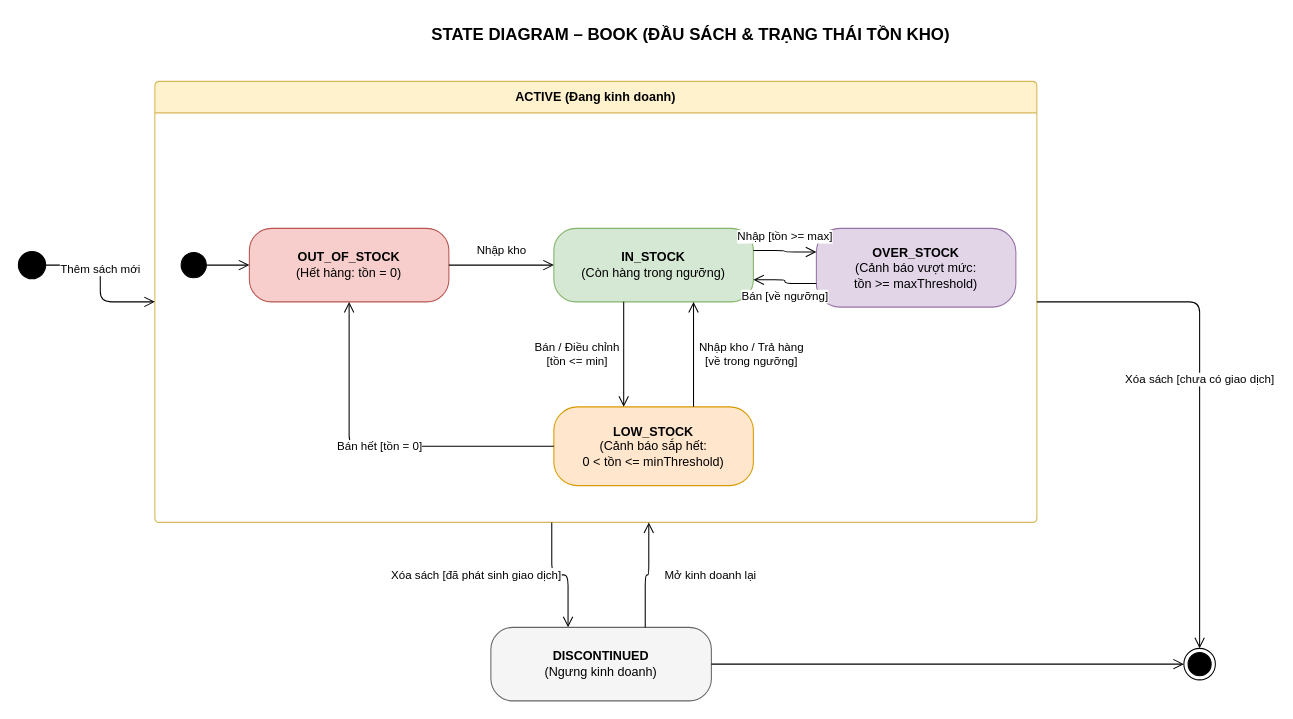
Before: docs/diagrams/State diagram/state-book.drawio in chihai9-dev/quan-ly-nha-sach-ooad, a draw.io diagram. Source tidied: cells renumbered, new cells numbered last; positions are measured from the earlier drawing's top-left corner, leaving out a move shared by most shapes. Both pictures are drawn from the tidied source at 105%, with x=0, y=0 at pixel (18, 18).
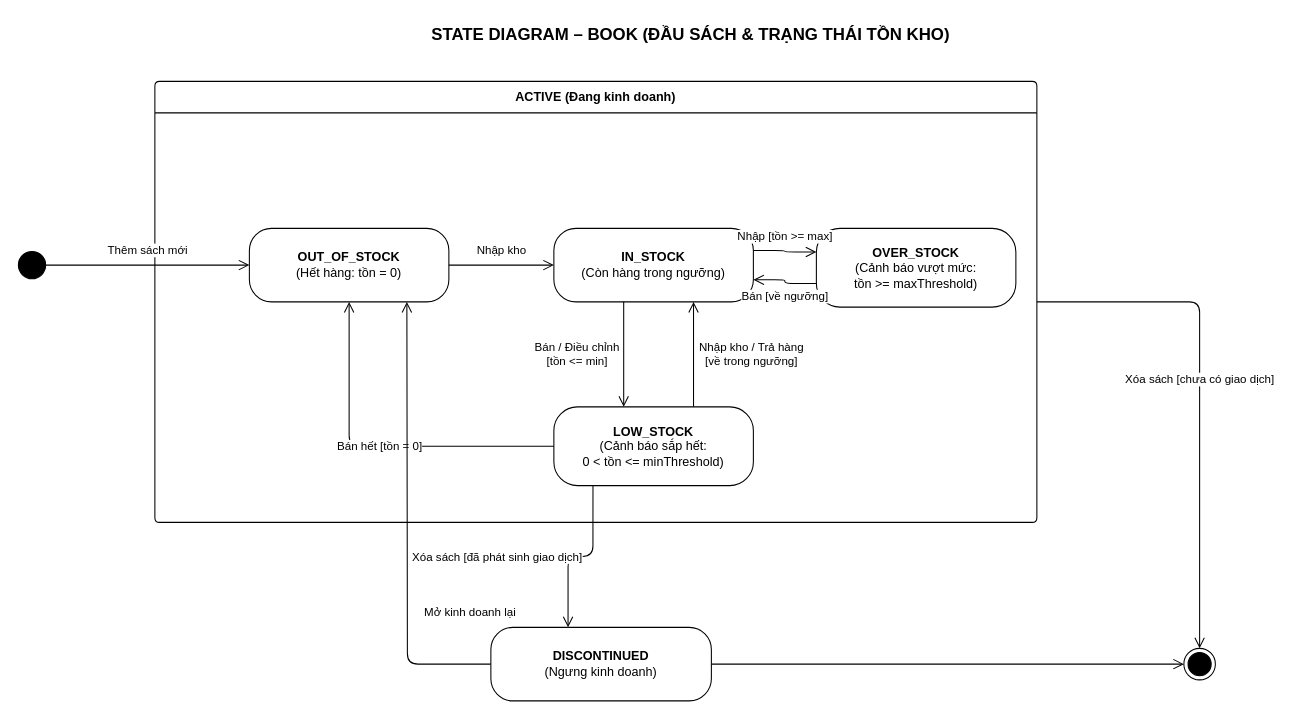
The same diagram, later.

The change refers to these unchanged cells:
```xml
<mxCell id="3" style="ellipse;html=1;fillColor=#000000;strokeColor=#000000;" parent="1" vertex="1">
  <mxGeometry y="222" width="26" height="26" as="geometry" />
</mxCell>
```

The edit, as a diff of the source:
```diff
@@
-    <mxCell id="4" value="ACTIVE (Đang kinh doanh)" style="swimlane;rounded=1;whiteSpace=wrap;html=1;startSize=30;arcSize=5;fillColor=#fff2cc;strokeColor=#d6b656;fontStyle=1;" parent="1" vertex="1">
+    <mxCell id="4" value="ACTIVE (Đang kinh doanh)" style="swimlane;rounded=1;whiteSpace=wrap;html=1;startSize=30;arcSize=5;fillColor=#ffffff;strokeColor=#000000;fontStyle=1;" parent="1" vertex="1">
       <mxGeometry x="130" y="60" width="840" height="420" as="geometry" />
     </mxCell>
-    <mxCell id="5" style="ellipse;html=1;fillColor=#000000;strokeColor=#000000;" parent="4" vertex="1">
-      <mxGeometry x="25" y="163" width="24" height="24" as="geometry" />
-    </mxCell>
-    <mxCell id="6" value="&lt;b&gt;OUT_OF_STOCK&lt;/b&gt;&lt;br&gt;(Hết hàng: tồn = 0)" style="rounded=1;whiteSpace=wrap;html=1;arcSize=30;fillColor=#f8cecc;strokeColor=#b85450;" parent="4" vertex="1">
+    <mxCell id="6" value="&lt;b&gt;OUT_OF_STOCK&lt;/b&gt;&lt;br&gt;(Hết hàng: tồn = 0)" style="rounded=1;whiteSpace=wrap;html=1;arcSize=30;fillColor=#ffffff;strokeColor=#000000;" parent="4" vertex="1">
       <mxGeometry x="90" y="140" width="190" height="70" as="geometry" />
     </mxCell>
-    <mxCell id="7" value="&lt;b&gt;IN_STOCK&lt;/b&gt;&lt;br&gt;(Còn hàng trong ngưỡng)" style="rounded=1;whiteSpace=wrap;html=1;arcSize=30;fillColor=#d5e8d4;strokeColor=#82b366;" parent="4" vertex="1">
+    <mxCell id="7" value="&lt;b&gt;IN_STOCK&lt;/b&gt;&lt;br&gt;(Còn hàng trong ngưỡng)" style="rounded=1;whiteSpace=wrap;html=1;arcSize=30;fillColor=#ffffff;strokeColor=#000000;" parent="4" vertex="1">
       <mxGeometry x="380" y="140" width="190" height="70" as="geometry" />
     </mxCell>
-    <mxCell id="8" value="&lt;b&gt;LOW_STOCK&lt;/b&gt;&lt;br&gt;(Cảnh báo sắp hết:&lt;br&gt;0 &amp;lt; tồn &amp;lt;= minThreshold)" style="rounded=1;whiteSpace=wrap;html=1;arcSize=30;fillColor=#ffe6cc;strokeColor=#d79b00;" parent="4" vertex="1">
+    <mxCell id="8" value="&lt;b&gt;LOW_STOCK&lt;/b&gt;&lt;br&gt;(Cảnh báo sắp hết:&lt;br&gt;0 &amp;lt; tồn &amp;lt;= minThreshold)" style="rounded=1;whiteSpace=wrap;html=1;arcSize=30;fillColor=#ffffff;strokeColor=#000000;" parent="4" vertex="1">
       <mxGeometry x="380" y="310" width="190" height="75" as="geometry" />
     </mxCell>
-    <mxCell id="9" value="&lt;b&gt;OVER_STOCK&lt;/b&gt;&lt;br&gt;(Cảnh báo vượt mức:&lt;br&gt;tồn &amp;gt;= maxThreshold)" style="rounded=1;whiteSpace=wrap;html=1;arcSize=30;fillColor=#e1d5e7;strokeColor=#9673a6;" parent="4" vertex="1">
+    <mxCell id="9" value="&lt;b&gt;OVER_STOCK&lt;/b&gt;&lt;br&gt;(Cảnh báo vượt mức:&lt;br&gt;tồn &amp;gt;= maxThreshold)" style="rounded=1;whiteSpace=wrap;html=1;arcSize=30;fillColor=#ffffff;strokeColor=#000000;" parent="4" vertex="1">
       <mxGeometry x="630" y="140" width="190" height="75" as="geometry" />
     </mxCell>
-    <mxCell id="10" style="edgeStyle=orthogonalEdgeStyle;rounded=1;html=1;endArrow=open;endSize=8;" parent="4" edge="1" source="5" target="6">
-      <mxGeometry relative="1" as="geometry" />
-    </mxCell>
@@
+    <mxCell id="21" value="Mở kinh doanh lại" style="edgeStyle=orthogonalEdgeStyle;rounded=1;html=1;endArrow=open;endSize=8;exitX=0;exitY=0.5;exitDx=0;exitDy=0;fontSize=11;labelBackgroundColor=#ffffff;" parent="4" edge="1" source="17">
+      <mxGeometry x="-0.39" relative="1" as="geometry">
+        <mxPoint x="240" y="210" as="targetPoint" />
+        <mxPoint x="60" as="offset" />
+      </mxGeometry>
+    </mxCell>
-    <mxCell id="17" value="&lt;b&gt;DISCONTINUED&lt;/b&gt;&lt;br&gt;(Ngưng kinh doanh)" style="rounded=1;whiteSpace=wrap;html=1;arcSize=30;fillColor=#f5f5f5;strokeColor=#666666;" parent="1" vertex="1">
+    <mxCell id="17" value="&lt;b&gt;DISCONTINUED&lt;/b&gt;&lt;br&gt;(Ngưng kinh doanh)" style="rounded=1;whiteSpace=wrap;html=1;arcSize=30;fillColor=#ffffff;strokeColor=#000000;" parent="1" vertex="1">
       <mxGeometry x="450" y="580" width="210" height="70" as="geometry" />
     </mxCell>
@@
-    <mxCell id="19" value="Thêm sách mới" style="edgeStyle=orthogonalEdgeStyle;rounded=1;html=1;endArrow=open;endSize=8;fontSize=11;labelBackgroundColor=#ffffff;" parent="1" edge="1" source="3" target="4">
+    <mxCell id="19" value="Thêm sách mới" style="edgeStyle=orthogonalEdgeStyle;rounded=1;html=1;endArrow=open;endSize=8;fontSize=11;labelBackgroundColor=#ffffff;" parent="1" edge="1" source="3" target="6">
       <mxGeometry relative="1" as="geometry">
         <mxPoint y="-14" as="offset" />
       </mxGeometry>
     </mxCell>
-    <mxCell id="20" value="Xóa sách [đã phát sinh giao dịch]" style="edgeStyle=orthogonalEdgeStyle;rounded=1;html=1;endArrow=open;endSize=8;exitX=0.45;exitY=1;exitDx=0;exitDy=0;entryX=0.35;entryY=0;entryDx=0;entryDy=0;fontSize=11;labelBackgroundColor=#ffffff;" parent="1" edge="1" source="4" target="17">
+    <mxCell id="20" value="Xóa sách [đã phát sinh giao dịch]" style="edgeStyle=orthogonalEdgeStyle;rounded=1;html=1;endArrow=open;endSize=8;exitX=0.196;exitY=0.997;exitDx=0;exitDy=0;entryX=0.35;entryY=0;entryDx=0;entryDy=0;fontSize=11;labelBackgroundColor=#ffffff;exitPerimeter=0;" parent="1" edge="1" source="8" target="17">
       <mxGeometry relative="1" as="geometry">
         <mxPoint x="-80" as="offset" />
       </mxGeometry>
     </mxCell>
-    <mxCell id="21" value="Mở kinh doanh lại" style="edgeStyle=orthogonalEdgeStyle;rounded=1;html=1;endArrow=open;endSize=8;exitX=0.7;exitY=0;exitDx=0;exitDy=0;entryX=0.56;entryY=1;entryDx=0;entryDy=0;fontSize=11;labelBackgroundColor=#ffffff;" parent="1" edge="1" source="17" target="4">
-      <mxGeometry relative="1" as="geometry">
-        <mxPoint x="60" as="offset" />
-      </mxGeometry>
-    </mxCell>
```
